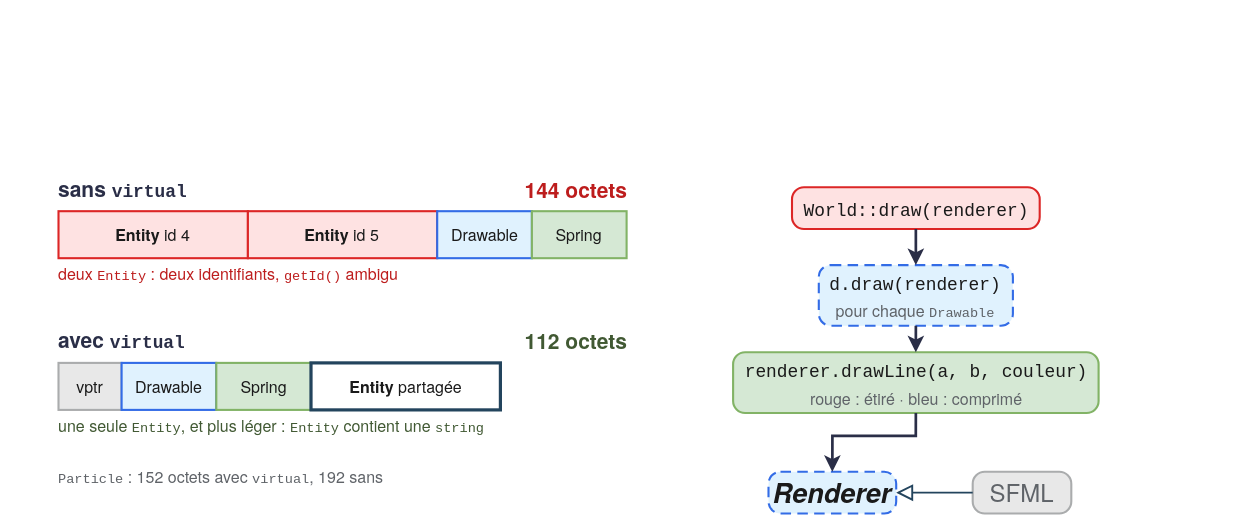
Audr1c/POOProject keeps this draw.io diagram as assets/presentation/schemas/diamant.drawio. Above is the earlier version. Source tidied: cells renumbered, new cells numbered last; positions are measured from the earlier drawing's top-left corner, leaving out a move shared by most shapes. Both pictures are drawn from the tidied source at 100%, with x=0, y=0 at pixel (58, 172).
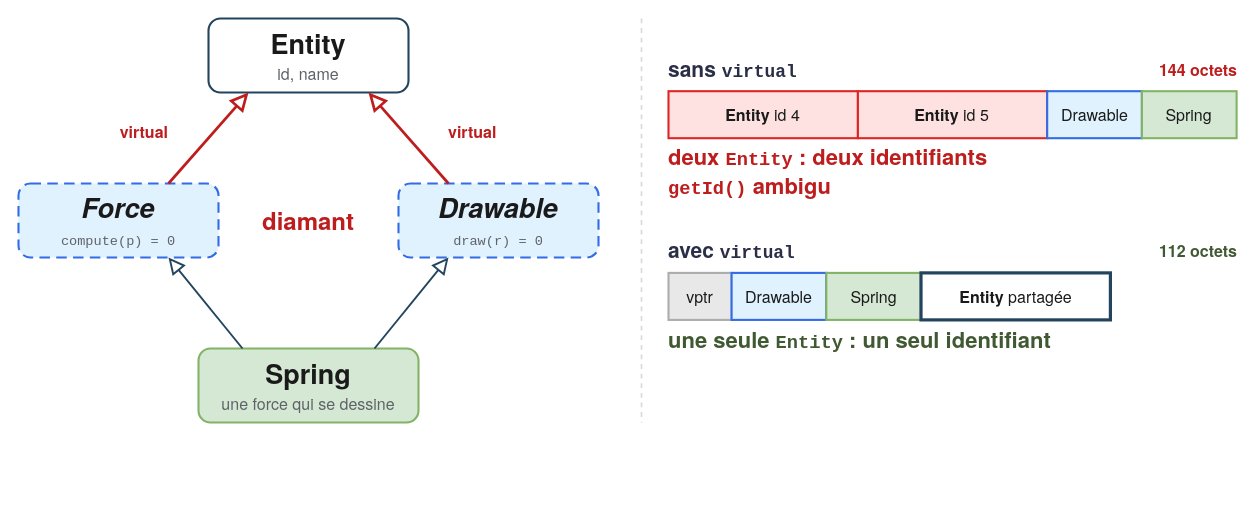
After the change.

Diff of the diagram source:
```diff
@@
     <mxCell id="2" value="&lt;b&gt;sans &lt;span style=&quot;font-family:Fira Mono,Consolas,monospace;font-size:85%&quot;&gt;virtual&lt;/span&gt;&lt;/b&gt;" style="text;html=1;whiteSpace=wrap;align=left;verticalAlign=middle;fontFamily=TeX Gyre Heros,Helvetica,Arial;fontSize=21;fontColor=#2A2E47;spacing=0;" parent="1" vertex="1">
-      <mxGeometry y="0.3" width="143.4" height="32.7" as="geometry" />
+      <mxGeometry x="610" y="-119.7" width="143.4" height="32.7" as="geometry" />
     </mxCell>
-    <mxCell id="3" value="&lt;b&gt;144 octets&lt;/b&gt;" style="text;html=1;whiteSpace=wrap;align=right;verticalAlign=middle;fontFamily=TeX Gyre Heros,Helvetica,Arial;fontSize=21;fontColor=#BD1D1D;spacing=0;" parent="1" vertex="1">
-      <mxGeometry x="455.6" y="0.3" width="113.4" height="32.7" as="geometry" />
+    <mxCell id="3" value="&lt;b&gt;144 octets&lt;/b&gt;" style="text;html=1;whiteSpace=wrap;align=right;verticalAlign=middle;fontFamily=TeX Gyre Heros,Helvetica,Arial;fontSize=16;fontColor=#BD1D1D;spacing=0;" parent="1" vertex="1">
+      <mxGeometry x="1065.6" y="-119.7" width="113.4" height="32.7" as="geometry" />
     </mxCell>
     <mxCell id="4" value="&lt;b&gt;Entity&lt;/b&gt; id 4" style="rounded=0;html=1;whiteSpace=wrap;fillColor=#FEE2E2;strokeColor=#DC2626;strokeWidth=2.1;fontFamily=TeX Gyre Heros,Helvetica,Arial;fontSize=16;fontColor=#1A1A1A;spacing=1;" parent="1" vertex="1">
-      <mxGeometry y="38.7" width="189.4" height="47" as="geometry" />
+      <mxGeometry x="610" y="-81.3" width="189.4" height="47" as="geometry" />
     </mxCell>
     <mxCell id="5" value="&lt;b&gt;Entity&lt;/b&gt; id 5" style="rounded=0;html=1;whiteSpace=wrap;fillColor=#FEE2E2;strokeColor=#DC2626;strokeWidth=2.1;fontFamily=TeX Gyre Heros,Helvetica,Arial;fontSize=16;fontColor=#1A1A1A;spacing=1;" parent="1" vertex="1">
-      <mxGeometry x="189.4" y="38.7" width="189.4" height="47" as="geometry" />
+      <mxGeometry x="799.4" y="-81.3" width="189.4" height="47" as="geometry" />
     </mxCell>
     <mxCell id="6" value="Drawable" style="rounded=0;html=1;whiteSpace=wrap;fillColor=#E0F2FE;strokeColor=#336CE6;strokeWidth=2.1;fontFamily=TeX Gyre Heros,Helvetica,Arial;fontSize=16;fontColor=#1A1A1A;spacing=1;" parent="1" vertex="1">
-      <mxGeometry x="378.7" y="38.7" width="94.7" height="47" as="geometry" />
+      <mxGeometry x="988.7" y="-81.3" width="94.7" height="47" as="geometry" />
     </mxCell>
     <mxCell id="7" value="Spring" style="rounded=0;html=1;whiteSpace=wrap;fillColor=#D5E8D4;strokeColor=#82B366;strokeWidth=2.1;fontFamily=TeX Gyre Heros,Helvetica,Arial;fontSize=16;fontColor=#1A1A1A;spacing=1;" parent="1" vertex="1">
-      <mxGeometry x="473.4" y="38.7" width="94.7" height="47" as="geometry" />
+      <mxGeometry x="1083.4" y="-81.3" width="94.7" height="47" as="geometry" />
     </mxCell>
-    <mxCell id="8" value="deux &lt;span style=&quot;font-family:Fira Mono,Consolas,monospace;font-size:85%&quot;&gt;Entity&lt;/span&gt; : deux identifiants, &lt;span style=&quot;font-family:Fira Mono,Consolas,monospace;font-size:85%&quot;&gt;getId()&lt;/span&gt; ambigu" style="text;html=1;whiteSpace=wrap;align=left;verticalAlign=middle;fontFamily=TeX Gyre Heros,Helvetica,Arial;fontSize=16;fontColor=#BD1D1D;spacing=0;" parent="1" vertex="1">
-      <mxGeometry y="89.4" width="362.3" height="26.1" as="geometry" />
+    <mxCell id="8" value="deux &lt;span style=&quot;font-family:Fira Mono,Consolas,monospace;font-size:85%&quot;&gt;Entity&lt;/span&gt; : deux identifiants&lt;br&gt;&lt;span style=&quot;font-family:Fira Mono,Consolas,monospace;font-size:85%&quot;&gt;getId()&lt;/span&gt; ambigu" style="text;html=1;whiteSpace=wrap;align=left;verticalAlign=middle;fontFamily=TeX Gyre Heros,Helvetica,Arial;fontSize=22;fontStyle=1;fontColor=#BD1D1D;spacing=0;" parent="1" vertex="1">
+      <mxGeometry x="610" y="-30.6" width="568" height="60" as="geometry" />
     </mxCell>
     <mxCell id="9" value="&lt;b&gt;avec &lt;span style=&quot;font-family:Fira Mono,Consolas,monospace;font-size:85%&quot;&gt;virtual&lt;/span&gt;&lt;/b&gt;" style="text;html=1;whiteSpace=wrap;align=left;verticalAlign=middle;fontFamily=TeX Gyre Heros,Helvetica,Arial;fontSize=21;fontColor=#2A2E47;spacing=0;" parent="1" vertex="1">
-      <mxGeometry y="152.1" width="143.4" height="32.7" as="geometry" />
+      <mxGeometry x="610" y="62.1" width="143.4" height="32.7" as="geometry" />
     </mxCell>
-    <mxCell id="10" value="&lt;b&gt;112 octets&lt;/b&gt;" style="text;html=1;whiteSpace=wrap;align=right;verticalAlign=middle;fontFamily=TeX Gyre Heros,Helvetica,Arial;fontSize=21;fontColor=#415933;spacing=0;" parent="1" vertex="1">
-      <mxGeometry x="455.6" y="152.1" width="113.4" height="32.7" as="geometry" />
+    <mxCell id="10" value="&lt;b&gt;112 octets&lt;/b&gt;" style="text;html=1;whiteSpace=wrap;align=right;verticalAlign=middle;fontFamily=TeX Gyre Heros,Helvetica,Arial;fontSize=16;fontColor=#415933;spacing=0;" parent="1" vertex="1">
+      <mxGeometry x="1065.6" y="62.1" width="113.4" height="32.7" as="geometry" />
     </mxCell>
     <mxCell id="11" value="vptr" style="rounded=0;html=1;whiteSpace=wrap;fillColor=#E8E8E8;strokeColor=#AAACAD;strokeWidth=2.1;fontFamily=TeX Gyre Heros,Helvetica,Arial;fontSize=16;fontColor=#1A1A1A;spacing=1;" parent="1" vertex="1">
-      <mxGeometry y="190.4" width="63.1" height="47" as="geometry" />
+      <mxGeometry x="610" y="100.4" width="63.1" height="47" as="geometry" />
     </mxCell>
     <mxCell id="12" value="Drawable" style="rounded=0;html=1;whiteSpace=wrap;fillColor=#E0F2FE;strokeColor=#336CE6;strokeWidth=2.1;fontFamily=TeX Gyre Heros,Helvetica,Arial;fontSize=16;fontColor=#1A1A1A;spacing=1;" parent="1" vertex="1">
-      <mxGeometry x="63.1" y="190.4" width="94.7" height="47" as="geometry" />
+      <mxGeometry x="673.1" y="100.4" width="94.7" height="47" as="geometry" />
     </mxCell>
     <mxCell id="13" value="Spring" style="rounded=0;html=1;whiteSpace=wrap;fillColor=#D5E8D4;strokeColor=#82B366;strokeWidth=2.1;fontFamily=TeX Gyre Heros,Helvetica,Arial;fontSize=16;fontColor=#1A1A1A;spacing=1;" parent="1" vertex="1">
-      <mxGeometry x="157.8" y="190.4" width="94.7" height="47" as="geometry" />
+      <mxGeometry x="767.8" y="100.4" width="94.7" height="47" as="geometry" />
     </mxCell>
     <mxCell id="14" value="&lt;b&gt;Entity&lt;/b&gt; partagée" style="rounded=0;html=1;whiteSpace=wrap;fillColor=#FFFFFF;strokeColor=#23445D;strokeWidth=3.2;fontFamily=TeX Gyre Heros,Helvetica,Arial;fontSize=16;fontColor=#1A1A1A;spacing=1;" parent="1" vertex="1">
-      <mxGeometry x="252.5" y="190.4" width="189.4" height="47" as="geometry" />
+      <mxGeometry x="862.5" y="100.4" width="189.4" height="47" as="geometry" />
     </mxCell>
-    <mxCell id="15" value="une seule &lt;span style=&quot;font-family:Fira Mono,Consolas,monospace;font-size:85%&quot;&gt;Entity&lt;/span&gt;, et plus léger : &lt;span style=&quot;font-family:Fira Mono,Consolas,monospace;font-size:85%&quot;&gt;Entity&lt;/span&gt; contient une &lt;span style=&quot;font-family:Fira Mono,Consolas,monospace;font-size:85%&quot;&gt;string&lt;/span&gt;" style="text;html=1;whiteSpace=wrap;align=left;verticalAlign=middle;fontFamily=TeX Gyre Heros,Helvetica,Arial;fontSize=16;fontColor=#415933;spacing=0;" parent="1" vertex="1">
-      <mxGeometry y="241.1" width="460.7" height="26.1" as="geometry" />
+    <mxCell id="15" value="une seule &lt;span style=&quot;font-family:Fira Mono,Consolas,monospace;font-size:85%&quot;&gt;Entity&lt;/span&gt; : un seul identifiant" style="text;html=1;whiteSpace=wrap;align=left;verticalAlign=middle;fontFamily=TeX Gyre Heros,Helvetica,Arial;fontSize=22;fontStyle=1;fontColor=#415933;spacing=0;" parent="1" vertex="1">
+      <mxGeometry x="610" y="151.1" width="568" height="34" as="geometry" />
     </mxCell>
-    <mxCell id="16" value="&lt;span style=&quot;font-family:Fira Mono,Consolas,monospace;font-size:85%&quot;&gt;Particle&lt;/span&gt; : 152 octets avec &lt;span style=&quot;font-family:Fira Mono,Consolas,monospace;font-size:85%&quot;&gt;virtual&lt;/span&gt;, 192 sans" style="text;html=1;whiteSpace=wrap;align=left;verticalAlign=middle;fontFamily=TeX Gyre Heros,Helvetica,Arial;fontSize=16;fontColor=#5F6368;spacing=0;" parent="1" vertex="1">
-      <mxGeometry y="292" width="342.6" height="26.1" as="geometry" />
-    </mxCell>
-    <mxCell id="17" value="&lt;span style=&quot;font-family:Fira Mono,Consolas,monospace;font-size:85%&quot;&gt;World::draw(renderer)&lt;/span&gt;" style="rounded=1;absoluteArcSize=1;arcSize=24;whiteSpace=wrap;html=1;fillColor=#FEE2E2;strokeColor=#DC2626;strokeWidth=2.1;fontFamily=TeX Gyre Heros,Helvetica,Arial;fontSize=21;fontColor=#1A1A1A;align=center;verticalAlign=middle;spacingLeft=6;spacingRight=6;" parent="1" vertex="1">
-      <mxGeometry x="733.5" y="14.8" width="247.7" height="41.7" as="geometry" />
-    </mxCell>
-    <mxCell id="18" value="&lt;span style=&quot;font-family:Fira Mono,Consolas,monospace;font-size:85%&quot;&gt;d.draw(renderer)&lt;/span&gt;&lt;br&gt;&lt;span style=&quot;font-size:16px;color:#5F6368&quot;&gt;pour chaque &lt;span style=&quot;font-family:Fira Mono,Consolas,monospace;font-size:85%&quot;&gt;Drawable&lt;/span&gt;&lt;/span&gt;" style="rounded=1;absoluteArcSize=1;arcSize=24;whiteSpace=wrap;html=1;fillColor=#E0F2FE;strokeColor=#336CE6;strokeWidth=2.1;fontFamily=TeX Gyre Heros,Helvetica,Arial;fontSize=21;fontColor=#1A1A1A;align=center;verticalAlign=middle;spacingLeft=6;spacingRight=6;dashed=1;dashPattern=5 3;" parent="1" vertex="1">
-      <mxGeometry x="760.3" y="92.6" width="194.1" height="60.7" as="geometry" />
-    </mxCell>
-    <mxCell id="19" value="&lt;span style=&quot;font-family:Fira Mono,Consolas,monospace;font-size:85%&quot;&gt;renderer.drawLine(a, b, couleur)&lt;/span&gt;&lt;br&gt;&lt;span style=&quot;font-size:16px;color:#5F6368&quot;&gt;rouge : étiré · bleu : comprimé&lt;/span&gt;" style="rounded=1;absoluteArcSize=1;arcSize=24;whiteSpace=wrap;html=1;fillColor=#D5E8D4;strokeColor=#82B366;strokeWidth=2.1;fontFamily=TeX Gyre Heros,Helvetica,Arial;fontSize=21;fontColor=#1A1A1A;align=center;verticalAlign=middle;spacingLeft=6;spacingRight=6;" parent="1" vertex="1">
-      <mxGeometry x="674.6" y="179.8" width="365.5" height="60.7" as="geometry" />
-    </mxCell>
-    <mxCell id="20" value="&lt;i&gt;&lt;b&gt;&lt;span style=&quot;font-size:27px&quot;&gt;Renderer&lt;/span&gt;&lt;/b&gt;&lt;/i&gt;" style="rounded=1;absoluteArcSize=1;arcSize=24;whiteSpace=wrap;html=1;fillColor=#E0F2FE;strokeColor=#336CE6;strokeWidth=2.1;fontFamily=TeX Gyre Heros,Helvetica,Arial;fontSize=21;fontColor=#1A1A1A;align=center;verticalAlign=middle;spacingLeft=6;spacingRight=6;dashed=1;dashPattern=5 3;" parent="1" vertex="1">
-      <mxGeometry x="710" y="299.3" width="127.7" height="41.7" as="geometry" />
-    </mxCell>
-    <mxCell id="21" value="&lt;span style=&quot;font-size:24px&quot;&gt;SFML&lt;/span&gt;" style="rounded=1;absoluteArcSize=1;arcSize=24;whiteSpace=wrap;html=1;fillColor=#E8E8E8;strokeColor=#AAACAD;strokeWidth=2.1;fontFamily=TeX Gyre Heros,Helvetica,Arial;fontSize=21;fontColor=#1A1A1A;align=center;verticalAlign=middle;spacingLeft=6;spacingRight=6;fontColor=#5F6368;" parent="1" vertex="1">
-      <mxGeometry x="914.2" y="299.3" width="98.6" height="41.7" as="geometry" />
-    </mxCell>
-    <mxCell id="22" style="edgeStyle=none;html=1;rounded=0;strokeColor=#2A2E47;strokeWidth=2.7;endArrow=classic;endFill=1;endSize=8;exitX=0.5;exitY=1;exitDx=0;exitDy=0;entryX=0.5;entryY=0;entryDx=0;entryDy=0;" parent="1" edge="1" source="17" target="18">
-      <mxGeometry relative="1" as="geometry" />
-    </mxCell>
-    <mxCell id="23" style="edgeStyle=none;html=1;rounded=0;strokeColor=#2A2E47;strokeWidth=2.7;endArrow=classic;endFill=1;endSize=8;exitX=0.5;exitY=1;exitDx=0;exitDy=0;entryX=0.5;entryY=0;entryDx=0;entryDy=0;" parent="1" edge="1" source="18" target="19">
-      <mxGeometry relative="1" as="geometry" />
-    </mxCell>
-    <mxCell id="24" style="edgeStyle=none;html=1;rounded=0;strokeColor=#2A2E47;strokeWidth=2.7;endArrow=classic;endFill=1;endSize=8;exitX=0.5;exitY=1;exitDx=0;exitDy=0;entryX=0.5;entryY=0;entryDx=0;entryDy=0;" parent="1" edge="1" source="19" target="20">
-      <mxGeometry relative="1" as="geometry">
-        <Array as="points">
-          <mxPoint x="857.3" y="263.3" />
-          <mxPoint x="773.9" y="263.3" />
-        </Array>
-      </mxGeometry>
-    </mxCell>
-    <mxCell id="25" style="edgeStyle=none;html=1;rounded=0;strokeColor=#23445D;strokeWidth=1.9;endArrow=block;endFill=0;endSize=12;exitX=0;exitY=0.5;exitDx=0;exitDy=0;entryX=1;entryY=0.5;entryDx=0;entryDy=0;" parent="1" edge="1" source="21" target="20">
-      <mxGeometry relative="1" as="geometry" />
-    </mxCell>
+    <mxCell id="26" value="&lt;b&gt;&lt;span style=&quot;font-size:27px&quot;&gt;Entity&lt;/span&gt;&lt;/b&gt;&lt;br&gt;&lt;span style=&quot;font-size:16px;color:#5F6368&quot;&gt;id, name&lt;/span&gt;" style="rounded=1;absoluteArcSize=1;arcSize=24;whiteSpace=wrap;html=1;fillColor=#FFFFFF;strokeColor=#23445D;strokeWidth=2.1;fontFamily=TeX Gyre Heros,Helvetica,Arial;fontSize=21;fontColor=#1A1A1A;align=center;verticalAlign=middle;spacingLeft=6;spacingRight=6;" parent="1" vertex="1">
+      <mxGeometry x="150" y="-154" width="200" height="74" as="geometry" />
+    </mxCell>
+    <mxCell id="27" value="&lt;i&gt;&lt;b&gt;&lt;span style=&quot;font-size:27px&quot;&gt;Force&lt;/span&gt;&lt;/b&gt;&lt;/i&gt;&lt;br&gt;&lt;span style=&quot;font-size:16px;color:#5F6368&quot;&gt;&lt;span style=&quot;font-family:Fira Mono,Consolas,monospace;font-size:85%&quot;&gt;compute(p) = 0&lt;/span&gt;&lt;/span&gt;" style="rounded=1;absoluteArcSize=1;arcSize=24;whiteSpace=wrap;html=1;fillColor=#E0F2FE;strokeColor=#336CE6;strokeWidth=2.1;fontFamily=TeX Gyre Heros,Helvetica,Arial;fontSize=21;fontColor=#1A1A1A;align=center;verticalAlign=middle;spacingLeft=6;spacingRight=6;dashed=1;dashPattern=5 3;" parent="1" vertex="1">
+      <mxGeometry x="-40" y="11" width="200" height="74" as="geometry" />
+    </mxCell>
+    <mxCell id="28" value="&lt;i&gt;&lt;b&gt;&lt;span style=&quot;font-size:27px&quot;&gt;Drawable&lt;/span&gt;&lt;/b&gt;&lt;/i&gt;&lt;br&gt;&lt;span style=&quot;font-size:16px;color:#5F6368&quot;&gt;&lt;span style=&quot;font-family:Fira Mono,Consolas,monospace;font-size:85%&quot;&gt;draw(r) = 0&lt;/span&gt;&lt;/span&gt;" style="rounded=1;absoluteArcSize=1;arcSize=24;whiteSpace=wrap;html=1;fillColor=#E0F2FE;strokeColor=#336CE6;strokeWidth=2.1;fontFamily=TeX Gyre Heros,Helvetica,Arial;fontSize=21;fontColor=#1A1A1A;align=center;verticalAlign=middle;spacingLeft=6;spacingRight=6;dashed=1;dashPattern=5 3;" parent="1" vertex="1">
+      <mxGeometry x="340" y="11" width="200" height="74" as="geometry" />
+    </mxCell>
+    <mxCell id="29" value="&lt;b&gt;&lt;span style=&quot;font-size:27px&quot;&gt;Spring&lt;/span&gt;&lt;/b&gt;&lt;br&gt;&lt;span style=&quot;font-size:16px;color:#5F6368&quot;&gt;une force qui se dessine&lt;/span&gt;" style="rounded=1;absoluteArcSize=1;arcSize=24;whiteSpace=wrap;html=1;fillColor=#D5E8D4;strokeColor=#82B366;strokeWidth=2.1;fontFamily=TeX Gyre Heros,Helvetica,Arial;fontSize=21;fontColor=#1A1A1A;align=center;verticalAlign=middle;spacingLeft=6;spacingRight=6;" parent="1" vertex="1">
+      <mxGeometry x="140" y="176" width="220" height="74" as="geometry" />
+    </mxCell>
+    <mxCell id="30" style="edgeStyle=none;html=1;rounded=0;strokeColor=#BD1D1D;strokeWidth=2.7;endArrow=block;endFill=0;endSize=12;exitX=0.75;exitY=0;exitDx=0;exitDy=0;entryX=0.2;entryY=1;entryDx=0;entryDy=0;" parent="1" edge="1" source="27" target="26">
+      <mxGeometry relative="1" as="geometry" />
+    </mxCell>
+    <mxCell id="31" style="edgeStyle=none;html=1;rounded=0;strokeColor=#BD1D1D;strokeWidth=2.7;endArrow=block;endFill=0;endSize=12;exitX=0.25;exitY=0;exitDx=0;exitDy=0;entryX=0.8;entryY=1;entryDx=0;entryDy=0;" parent="1" edge="1" source="28" target="26">
+      <mxGeometry relative="1" as="geometry" />
+    </mxCell>
+    <mxCell id="32" style="edgeStyle=none;html=1;rounded=0;strokeColor=#23445D;strokeWidth=1.9;endArrow=block;endFill=0;endSize=12;exitX=0.2;exitY=0;exitDx=0;exitDy=0;entryX=0.75;entryY=1;entryDx=0;entryDy=0;" parent="1" edge="1" source="29" target="27">
+      <mxGeometry relative="1" as="geometry" />
+    </mxCell>
+    <mxCell id="33" style="edgeStyle=none;html=1;rounded=0;strokeColor=#23445D;strokeWidth=1.9;endArrow=block;endFill=0;endSize=12;exitX=0.8;exitY=0;exitDx=0;exitDy=0;entryX=0.25;entryY=1;entryDx=0;entryDy=0;" parent="1" edge="1" source="29" target="28">
+      <mxGeometry relative="1" as="geometry" />
+    </mxCell>
+    <mxCell id="34" value="&lt;b&gt;virtual&lt;/b&gt;" style="text;html=1;whiteSpace=wrap;align=right;verticalAlign=middle;fontFamily=TeX Gyre Heros,Helvetica,Arial;fontSize=16;fontColor=#BD1D1D;spacing=0;" parent="1" vertex="1">
+      <mxGeometry x="20" y="-54" width="90" height="26" as="geometry" />
+    </mxCell>
+    <mxCell id="35" value="&lt;b&gt;virtual&lt;/b&gt;" style="text;html=1;whiteSpace=wrap;align=left;verticalAlign=middle;fontFamily=TeX Gyre Heros,Helvetica,Arial;fontSize=16;fontColor=#BD1D1D;spacing=0;" parent="1" vertex="1">
+      <mxGeometry x="390" y="-54" width="90" height="26" as="geometry" />
+    </mxCell>
+    <mxCell id="36" value="&lt;b&gt;diamant&lt;/b&gt;" style="text;html=1;whiteSpace=wrap;align=center;verticalAlign=middle;fontFamily=TeX Gyre Heros,Helvetica,Arial;fontSize=24;fontColor=#BD1D1D;spacing=0;" parent="1" vertex="1">
+      <mxGeometry x="190" y="32" width="120" height="32" as="geometry" />
+    </mxCell>
+    <mxCell id="37" style="line;html=1;strokeColor=#D5D8DD;strokeWidth=1.6;dashed=1;direction=south;" parent="1" vertex="1">
+      <mxGeometry x="578" y="-154" width="10" height="404" as="geometry" />
+    </mxCell>
```
